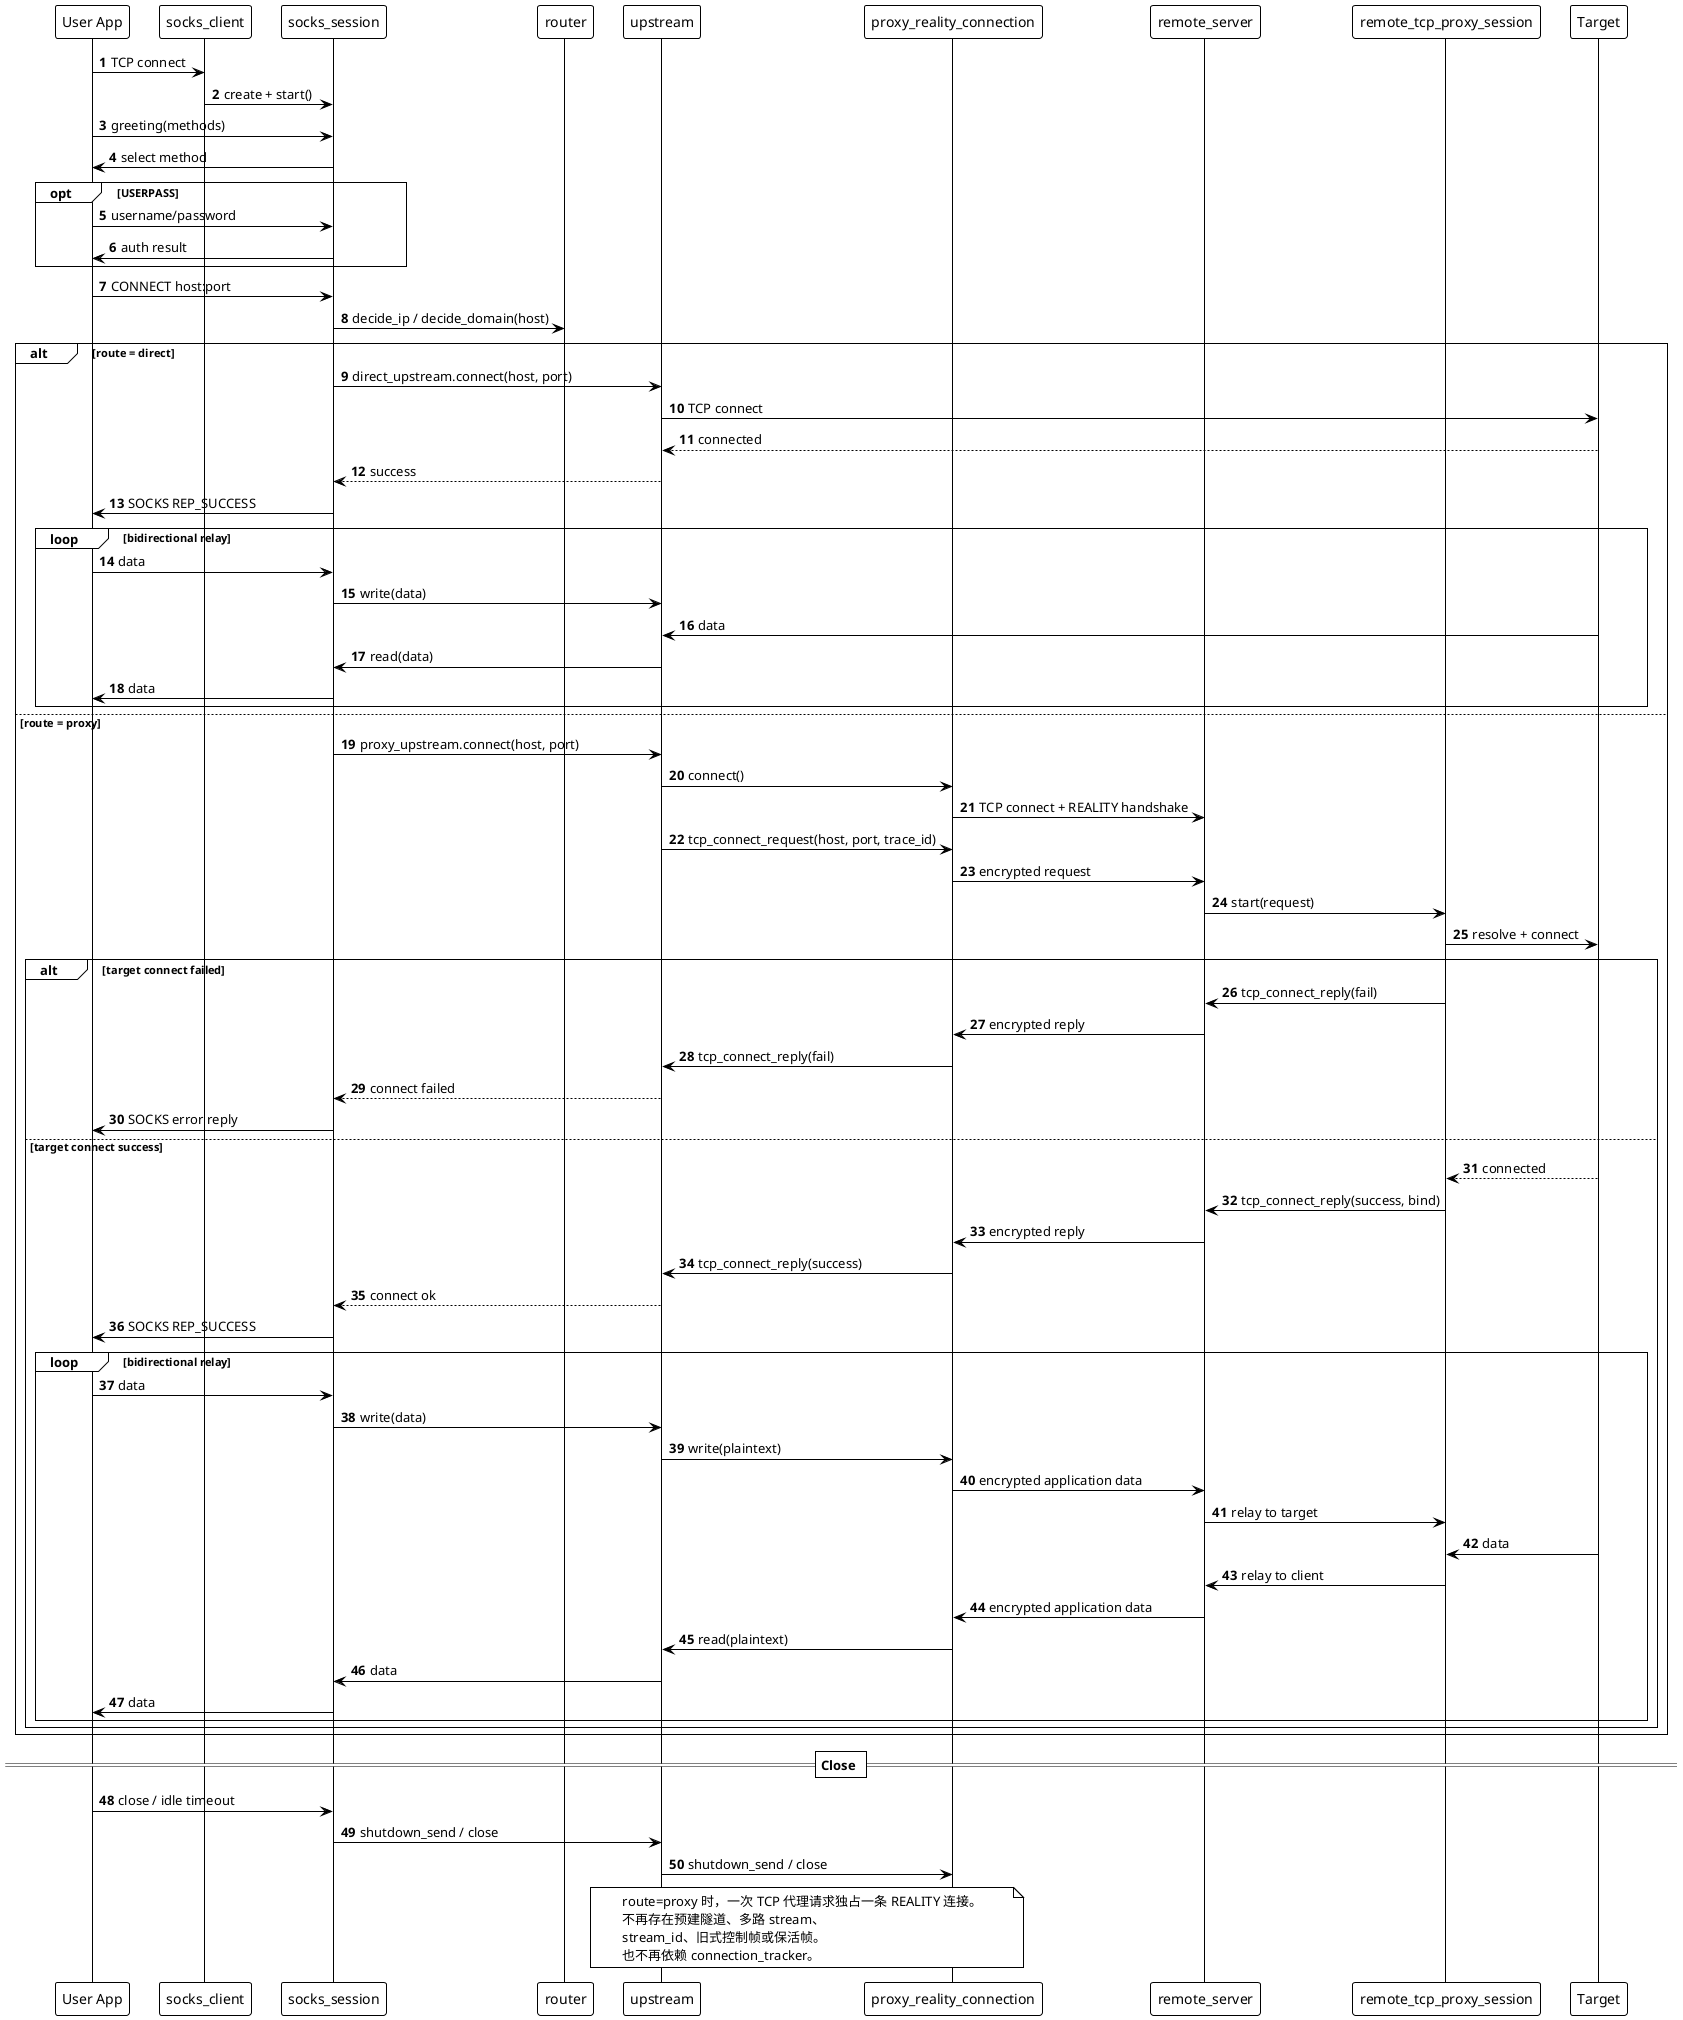
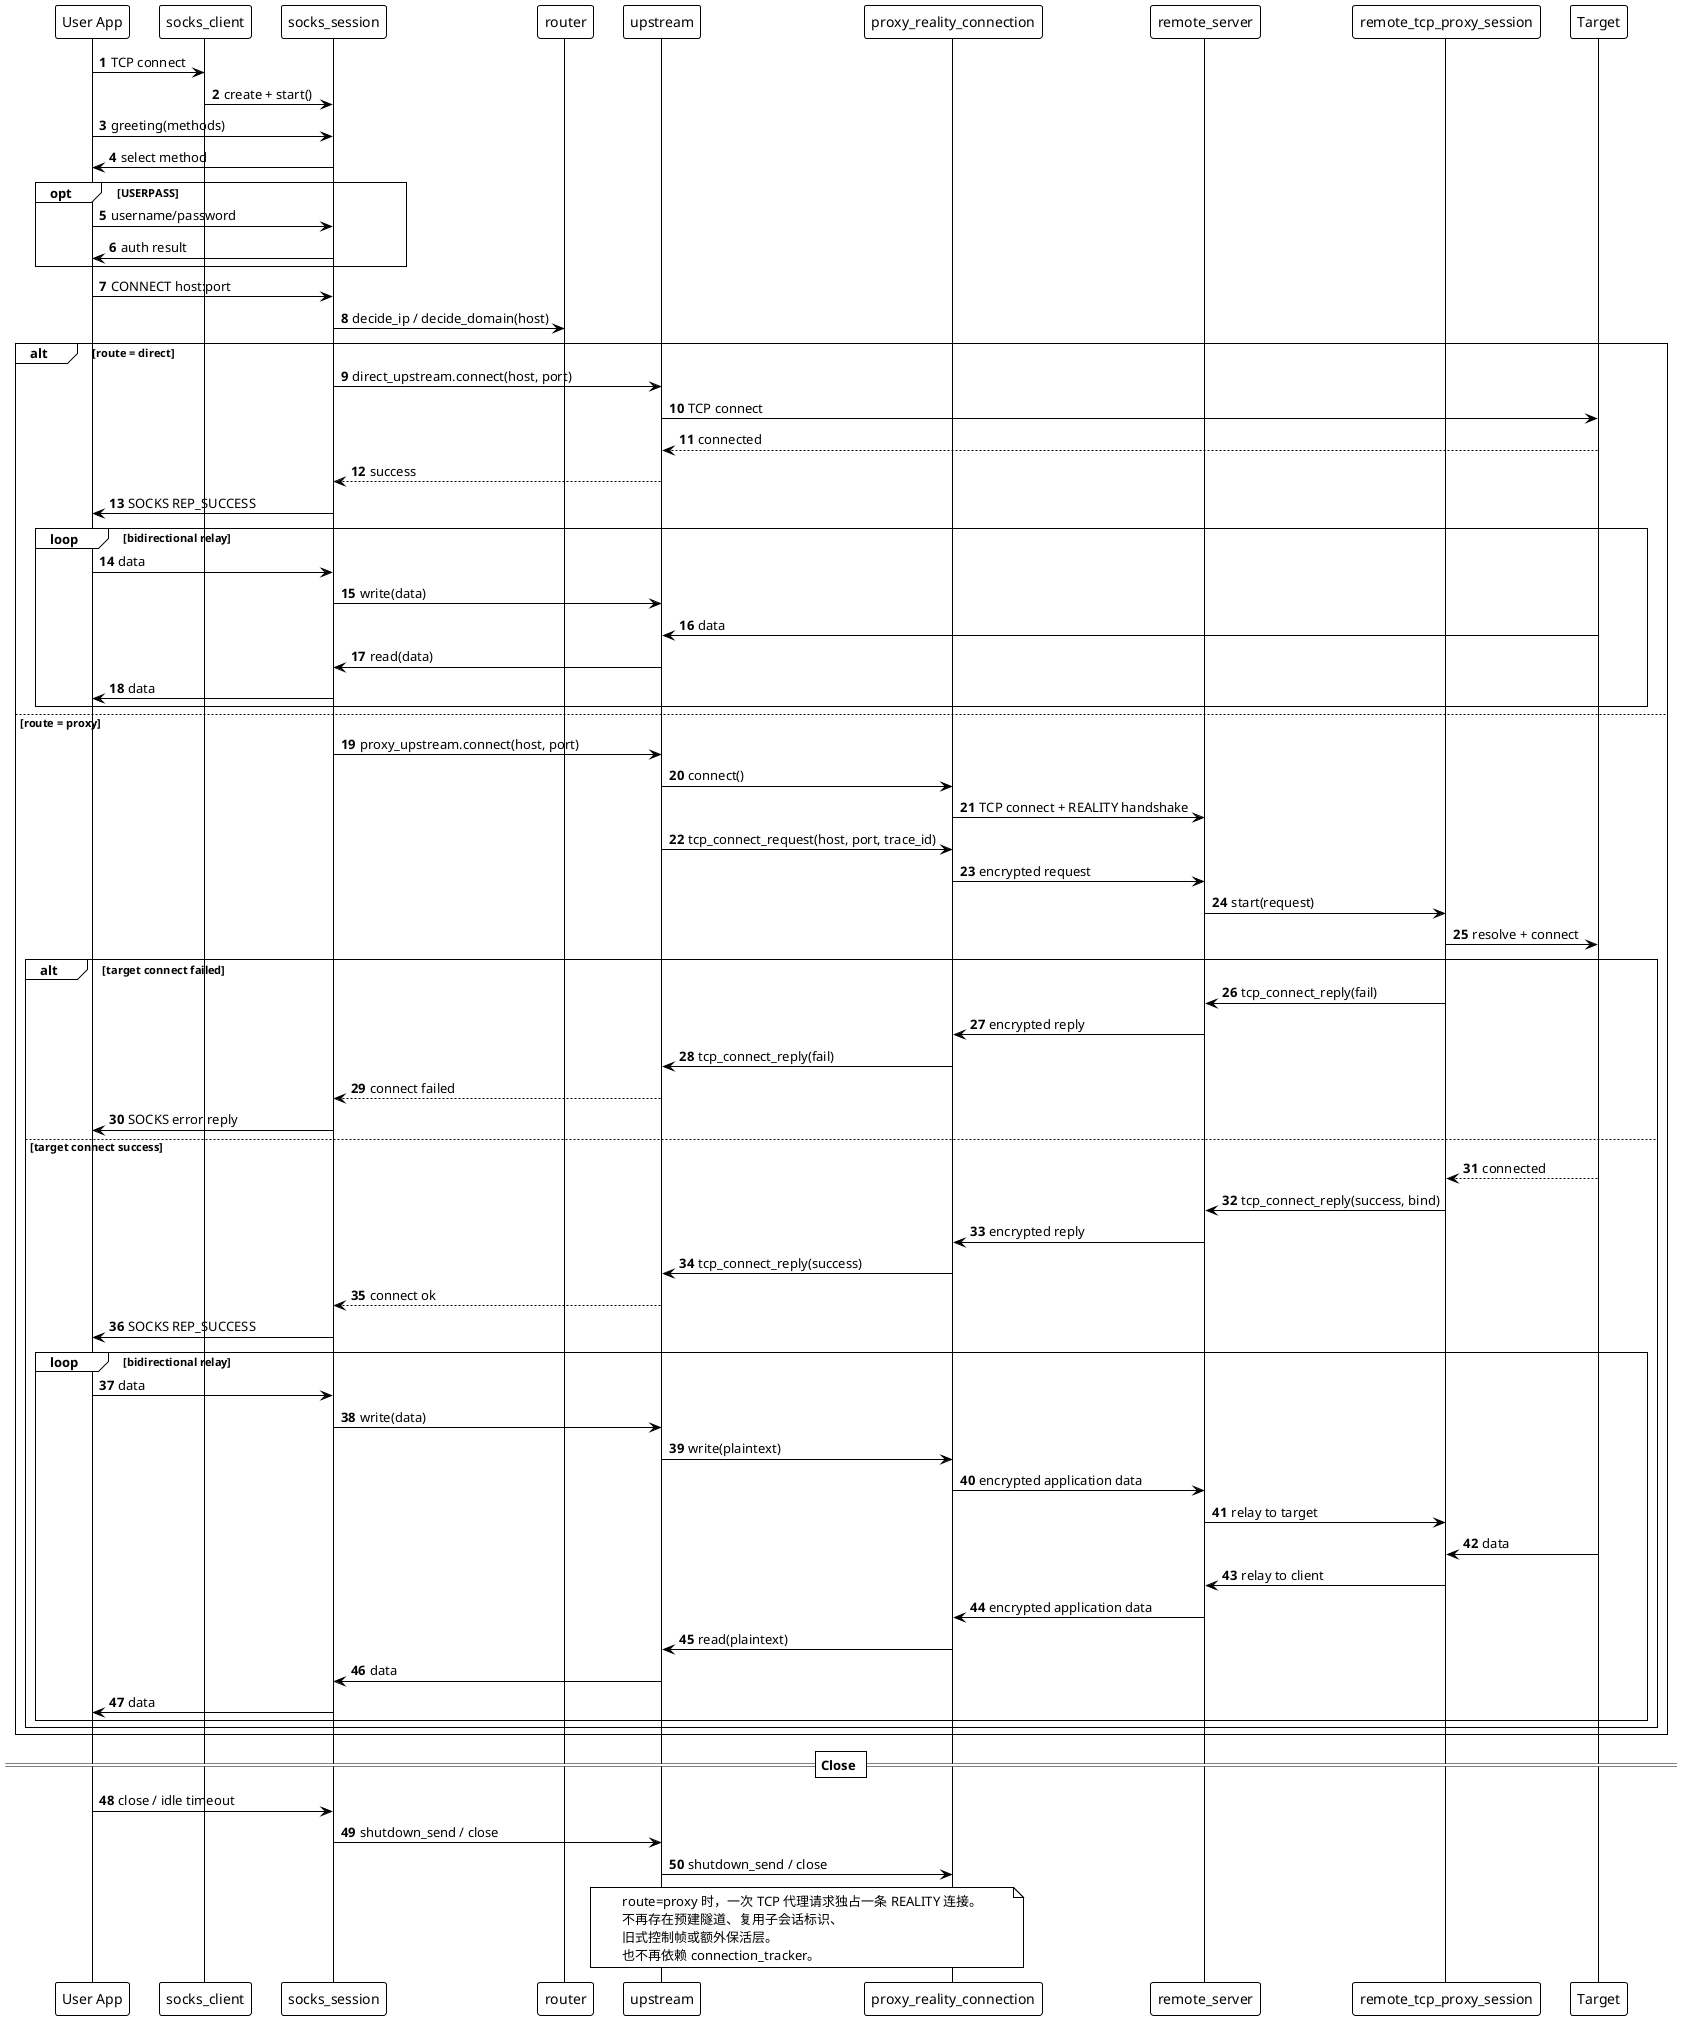
@startuml
!theme plain
autonumber

participant "User App" as App
participant "socks_client" as SocksClient
participant "socks_session" as SocksSession
participant "router" as Router
participant "upstream" as Upstream
participant "proxy_reality_connection" as ProxyConn
participant "remote_server" as RemoteServer
participant "remote_tcp_proxy_session" as RemoteTcp
participant "Target" as Target

App -> SocksClient: TCP connect
SocksClient -> SocksSession: create + start()
App -> SocksSession: greeting(methods)
SocksSession -> App: select method
opt USERPASS
  App -> SocksSession: username/password
  SocksSession -> App: auth result
end

App -> SocksSession: CONNECT host:port
SocksSession -> Router: decide_ip / decide_domain(host)

alt route = direct
  SocksSession -> Upstream: direct_upstream.connect(host, port)
  Upstream -> Target: TCP connect
  Target --> Upstream: connected
  Upstream --> SocksSession: success
  SocksSession -> App: SOCKS REP_SUCCESS
  loop bidirectional relay
    App -> SocksSession: data
    SocksSession -> Upstream: write(data)
    Target -> Upstream: data
    Upstream -> SocksSession: read(data)
    SocksSession -> App: data
  end
else route = proxy
  SocksSession -> Upstream: proxy_upstream.connect(host, port)
  Upstream -> ProxyConn: connect()
  ProxyConn -> RemoteServer: TCP connect + REALITY handshake

  Upstream -> ProxyConn: tcp_connect_request(host, port, trace_id)
  ProxyConn -> RemoteServer: encrypted request
  RemoteServer -> RemoteTcp: start(request)
  RemoteTcp -> Target: resolve + connect

  alt target connect failed
    RemoteTcp -> RemoteServer: tcp_connect_reply(fail)
    RemoteServer -> ProxyConn: encrypted reply
    ProxyConn -> Upstream: tcp_connect_reply(fail)
    Upstream --> SocksSession: connect failed
    SocksSession -> App: SOCKS error reply
  else target connect success
    Target --> RemoteTcp: connected
    RemoteTcp -> RemoteServer: tcp_connect_reply(success, bind)
    RemoteServer -> ProxyConn: encrypted reply
    ProxyConn -> Upstream: tcp_connect_reply(success)
    Upstream --> SocksSession: connect ok
    SocksSession -> App: SOCKS REP_SUCCESS

    loop bidirectional relay
      App -> SocksSession: data
      SocksSession -> Upstream: write(data)
      Upstream -> ProxyConn: write(plaintext)
      ProxyConn -> RemoteServer: encrypted application data
      RemoteServer -> RemoteTcp: relay to target

      Target -> RemoteTcp: data
      RemoteTcp -> RemoteServer: relay to client
      RemoteServer -> ProxyConn: encrypted application data
      ProxyConn -> Upstream: read(plaintext)
      Upstream -> SocksSession: data
      SocksSession -> App: data
    end
  end
end

== Close ==
App -> SocksSession: close / idle timeout
SocksSession -> Upstream: shutdown_send / close
Upstream -> ProxyConn: shutdown_send / close

note over Upstream, ProxyConn
  route=proxy 时，一次 TCP 代理请求独占一条 REALITY 连接。
-   不再存在预建隧道、多路 stream、
-   stream_id、旧式控制帧或保活帧。
+   不再存在预建隧道、复用子会话标识、
+   旧式控制帧或额外保活层。
  也不再依赖 connection_tracker。
end note

@enduml
